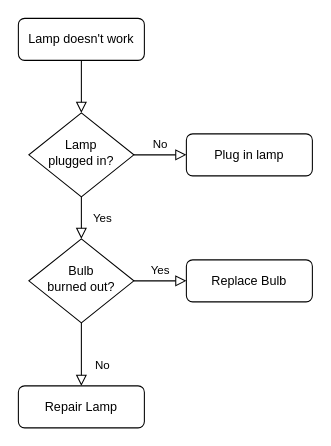
Earlier version of the draw.io diagram Untitled Diagram.drawio (penkiGanesh2002/-MSWD-Part5). Source tidied: cells renumbered, new cells numbered last; positions are measured from the earlier drawing's top-left corner, leaving out a move shared by most shapes. Both pictures are drawn from the tidied source at 105%, with x=0, y=0 at pixel (18, 18).
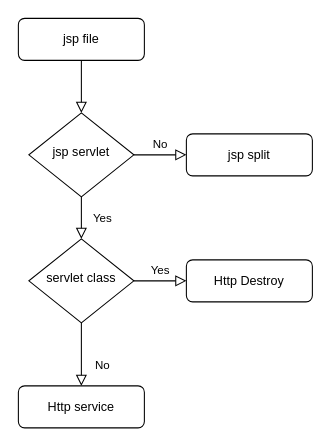
Above is the later version.

What changed in the source:
```diff
@@
 <mxGraphModel>
   <root>
     <mxCell id="0" />
     <mxCell id="1" parent="0" />
     <mxCell id="2" style="rounded=0;html=1;jettySize=auto;fontSize=11;endArrow=block;endFill=0;endSize=8;strokeWidth=1;shadow=0;labelBackgroundColor=none;edgeStyle=orthogonalEdgeStyle;" parent="1" edge="1" source="3" target="6">
       <mxGeometry relative="1" as="geometry" />
     </mxCell>
-    <mxCell id="3" value="Lamp doesn't work" style="rounded=1;whiteSpace=wrap;html=1;fontSize=12;glass=0;strokeWidth=1;shadow=0;" parent="1" vertex="1">
+    <mxCell id="3" value="jsp file" style="rounded=1;whiteSpace=wrap;html=1;fontSize=12;glass=0;strokeWidth=1;shadow=0;" parent="1" vertex="1">
       <mxGeometry width="120" height="40" as="geometry" />
     </mxCell>
     <mxCell id="4" value="Yes" style="rounded=0;html=1;jettySize=auto;fontSize=11;endArrow=block;endFill=0;endSize=8;strokeWidth=1;shadow=0;labelBackgroundColor=none;edgeStyle=orthogonalEdgeStyle;" parent="1" edge="1" source="6" target="10">
       <mxGeometry y="20" relative="1" as="geometry" />
     </mxCell>
     <mxCell id="5" value="No" style="edgeStyle=orthogonalEdgeStyle;rounded=0;html=1;jettySize=auto;fontSize=11;endArrow=block;endFill=0;endSize=8;strokeWidth=1;shadow=0;labelBackgroundColor=none;" parent="1" edge="1" source="6" target="7">
       <mxGeometry y="10" relative="1" as="geometry" />
     </mxCell>
-    <mxCell id="6" value="Lamp&lt;br&gt;plugged in?" style="rhombus;whiteSpace=wrap;html=1;shadow=0;fontFamily=Helvetica;fontSize=12;align=center;strokeWidth=1;spacing=6;spacingTop=-4;" parent="1" vertex="1">
+    <mxCell id="6" value="jsp servlet" style="rhombus;whiteSpace=wrap;html=1;shadow=0;fontFamily=Helvetica;fontSize=12;align=center;strokeWidth=1;spacing=6;spacingTop=-4;" parent="1" vertex="1">
       <mxGeometry x="10" y="90" width="100" height="80" as="geometry" />
     </mxCell>
-    <mxCell id="7" value="Plug in lamp" style="rounded=1;whiteSpace=wrap;html=1;fontSize=12;glass=0;strokeWidth=1;shadow=0;" parent="1" vertex="1">
+    <mxCell id="7" value="jsp split" style="rounded=1;whiteSpace=wrap;html=1;fontSize=12;glass=0;strokeWidth=1;shadow=0;" parent="1" vertex="1">
       <mxGeometry x="160" y="110" width="120" height="40" as="geometry" />
     </mxCell>
     <mxCell id="8" value="No" style="rounded=0;html=1;jettySize=auto;fontSize=11;endArrow=block;endFill=0;endSize=8;strokeWidth=1;shadow=0;labelBackgroundColor=none;edgeStyle=orthogonalEdgeStyle;" parent="1" edge="1" source="10" target="11">
       <mxGeometry x="0.33" y="20" relative="1" as="geometry" />
     </mxCell>
     <mxCell id="9" value="Yes" style="edgeStyle=orthogonalEdgeStyle;rounded=0;html=1;jettySize=auto;fontSize=11;endArrow=block;endFill=0;endSize=8;strokeWidth=1;shadow=0;labelBackgroundColor=none;" parent="1" edge="1" source="10" target="12">
       <mxGeometry y="10" relative="1" as="geometry" />
     </mxCell>
-    <mxCell id="10" value="Bulb&lt;br&gt;burned out?" style="rhombus;whiteSpace=wrap;html=1;shadow=0;fontFamily=Helvetica;fontSize=12;align=center;strokeWidth=1;spacing=6;spacingTop=-4;" parent="1" vertex="1">
+    <mxCell id="10" value="servlet class" style="rhombus;whiteSpace=wrap;html=1;shadow=0;fontFamily=Helvetica;fontSize=12;align=center;strokeWidth=1;spacing=6;spacingTop=-4;" parent="1" vertex="1">
       <mxGeometry x="10" y="210" width="100" height="80" as="geometry" />
     </mxCell>
-    <mxCell id="11" value="Repair Lamp" style="rounded=1;whiteSpace=wrap;html=1;fontSize=12;glass=0;strokeWidth=1;shadow=0;" parent="1" vertex="1">
+    <mxCell id="11" value="Http service" style="rounded=1;whiteSpace=wrap;html=1;fontSize=12;glass=0;strokeWidth=1;shadow=0;" parent="1" vertex="1">
       <mxGeometry y="350" width="120" height="40" as="geometry" />
     </mxCell>
-    <mxCell id="12" value="Replace Bulb" style="rounded=1;whiteSpace=wrap;html=1;fontSize=12;glass=0;strokeWidth=1;shadow=0;" parent="1" vertex="1">
+    <mxCell id="12" value="Http Destroy" style="rounded=1;whiteSpace=wrap;html=1;fontSize=12;glass=0;strokeWidth=1;shadow=0;" parent="1" vertex="1">
       <mxGeometry x="160" y="230" width="120" height="40" as="geometry" />
     </mxCell>
   </root>
 </mxGraphModel>
```
